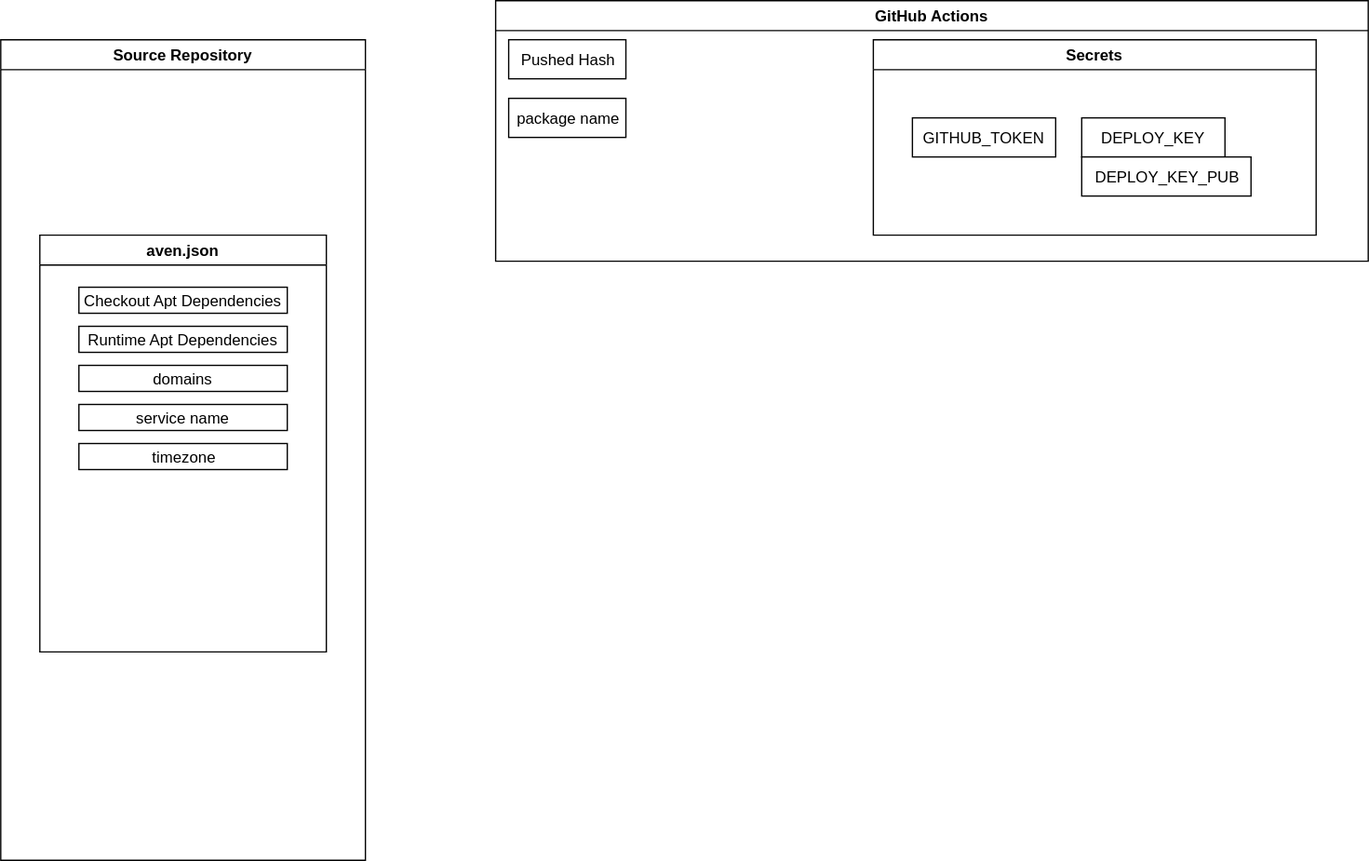
AvenCloud/actions keeps this draw.io diagram as Usage.svg. Above is the earlier version. Source tidied: cells renumbered, new cells last; positions are measured from the earlier drawing's top-left corner, leaving out a move shared by most shapes.
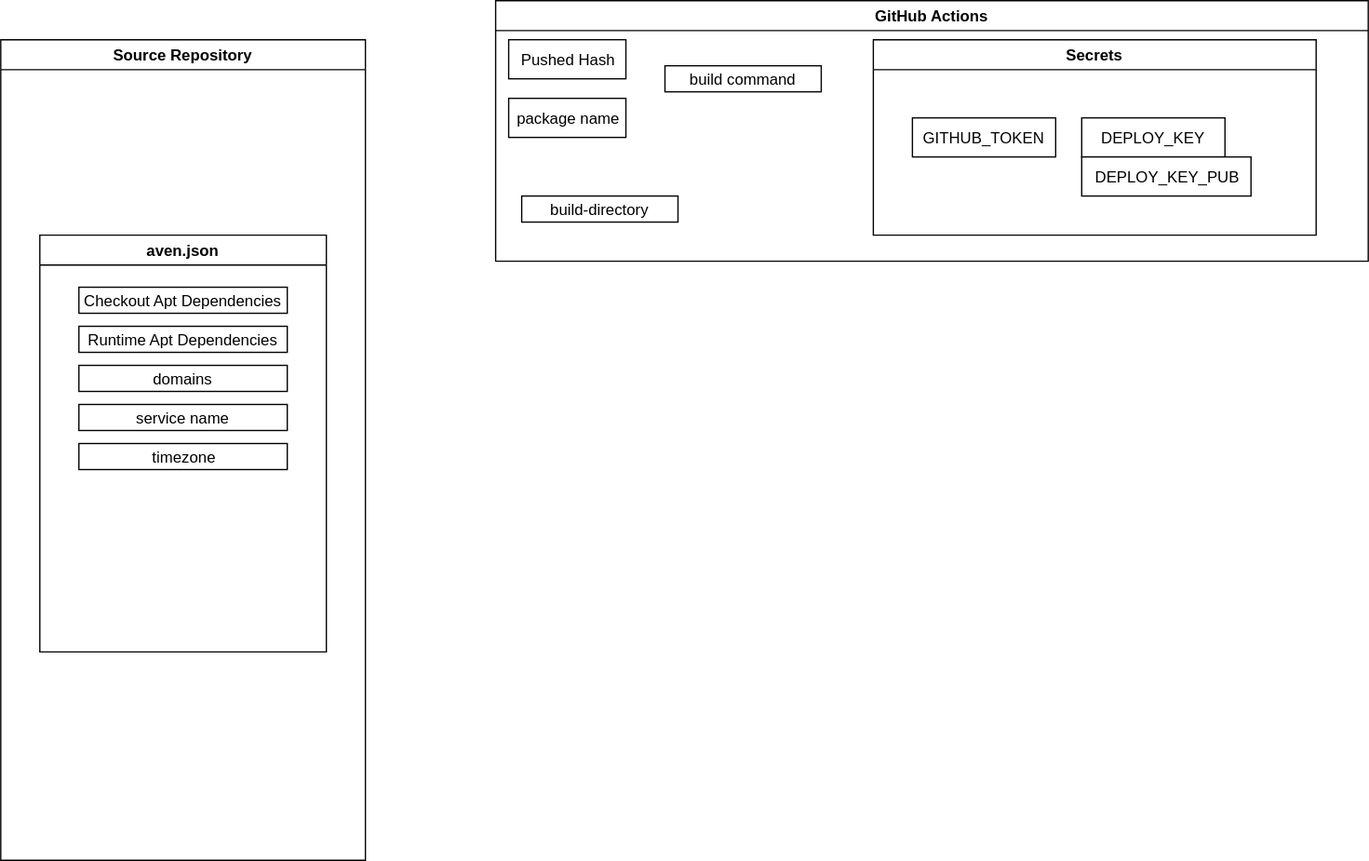
The same file after the commit.

What changed in the source:
```diff
@@ -44,5 +44,11 @@
     <mxCell id="15" value="package name" style="rounded=0;whiteSpace=wrap;html=1;" parent="9" vertex="1">
       <mxGeometry x="10" y="75" width="90" height="30" as="geometry" />
     </mxCell>
+    <mxCell id="16" value="build-directory" style="rounded=0;whiteSpace=wrap;html=1;" parent="9" vertex="1">
+      <mxGeometry x="20" y="150" width="120" height="20" as="geometry" />
+    </mxCell>
+    <mxCell id="17" value="build command" style="rounded=0;whiteSpace=wrap;html=1;" parent="9" vertex="1">
+      <mxGeometry x="130" y="50" width="120" height="20" as="geometry" />
+    </mxCell>
   </root>
 </mxGraphModel>
```
